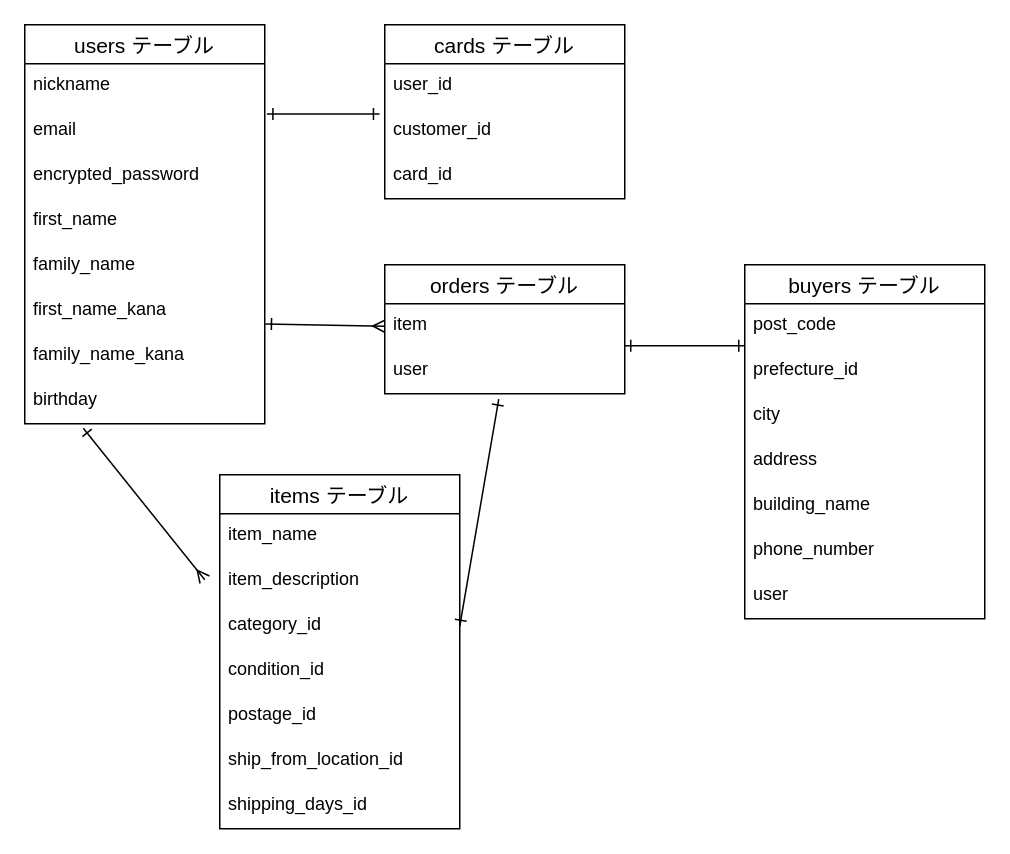
The draw.io diagram er.dio in Cristina1201/furima-40013, before the edit. Source tidied: cells renumbered, new cells numbered last; positions are measured from the earlier drawing's top-left corner, leaving out a move shared by most shapes. Both pictures are drawn from the tidied source at 150%, with x=0, y=0 at pixel (24, 24).
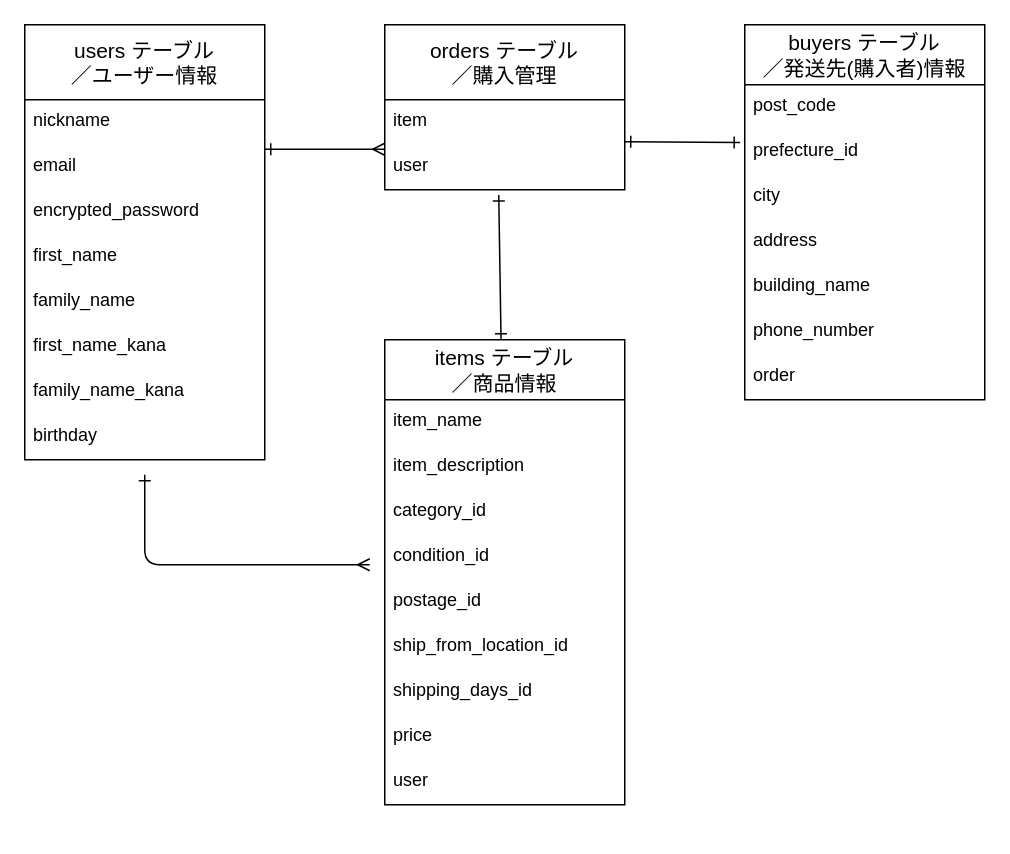
The same diagram, later.

Commit message (it also covers changes not shown here):
ER図とREADMEの訂正

Change to the diagram source:
```diff
@@
-    <mxCell id="2" value="users テーブル" style="swimlane;fontStyle=0;horizontal=1;startSize=26;align=center;fontSize=14;" parent="1" vertex="1">
-      <mxGeometry width="160" height="266" as="geometry" />
+    <mxCell id="2" value="users テーブル&#10;／ユーザー情報" style="swimlane;fontStyle=0;horizontal=1;startSize=50;align=center;fontSize=14;" parent="1" vertex="1">
+      <mxGeometry width="160" height="290" as="geometry" />
     </mxCell>
     <mxCell id="3" value="nickname" style="text;strokeColor=none;fillColor=none;spacingLeft=4;spacingRight=4;overflow=hidden;fontSize=12;" parent="2" vertex="1">
-      <mxGeometry y="26" width="160" height="30" as="geometry" />
+      <mxGeometry y="50" width="160" height="30" as="geometry" />
     </mxCell>
     <mxCell id="4" value="email" style="text;strokeColor=none;fillColor=none;spacingLeft=4;spacingRight=4;overflow=hidden;points=[[0,0.5],[1,0.5]];portConstraint=eastwest;fontSize=12;" parent="2" vertex="1">
-      <mxGeometry y="56" width="160" height="30" as="geometry" />
+      <mxGeometry y="80" width="160" height="30" as="geometry" />
     </mxCell>
     <mxCell id="5" value="encrypted_password&#10;" style="text;strokeColor=none;fillColor=none;spacingLeft=4;spacingRight=4;overflow=hidden;fontSize=12;" parent="2" vertex="1">
-      <mxGeometry y="86" width="160" height="30" as="geometry" />
+      <mxGeometry y="110" width="160" height="30" as="geometry" />
     </mxCell>
     <mxCell id="6" value="first_name" style="text;strokeColor=none;fillColor=none;spacingLeft=4;spacingRight=4;overflow=hidden;fontSize=12;" parent="2" vertex="1">
-      <mxGeometry y="116" width="160" height="30" as="geometry" />
+      <mxGeometry y="140" width="160" height="30" as="geometry" />
     </mxCell>
     <mxCell id="7" value="family_name" style="text;strokeColor=none;fillColor=none;spacingLeft=4;spacingRight=4;overflow=hidden;fontSize=12;" parent="2" vertex="1">
-      <mxGeometry y="146" width="160" height="30" as="geometry" />
+      <mxGeometry y="170" width="160" height="30" as="geometry" />
     </mxCell>
     <mxCell id="8" value="first_name_kana" style="text;strokeColor=none;fillColor=none;spacingLeft=4;spacingRight=4;overflow=hidden;points=[[0,0.5],[1,0.5]];portConstraint=eastwest;fontSize=12;" parent="2" vertex="1">
-      <mxGeometry y="176" width="160" height="30" as="geometry" />
+      <mxGeometry y="200" width="160" height="30" as="geometry" />
     </mxCell>
     <mxCell id="9" value="family_name_kana" style="text;strokeColor=none;fillColor=none;spacingLeft=4;spacingRight=4;overflow=hidden;fontSize=12;" parent="2" vertex="1">
-      <mxGeometry y="206" width="160" height="30" as="geometry" />
+      <mxGeometry y="230" width="160" height="30" as="geometry" />
     </mxCell>
     <mxCell id="10" value="birthday" style="text;strokeColor=none;fillColor=none;spacingLeft=4;spacingRight=4;overflow=hidden;points=[[0,0.5],[1,0.5]];portConstraint=eastwest;fontSize=12;" parent="2" vertex="1">
-      <mxGeometry y="236" width="160" height="30" as="geometry" />
+      <mxGeometry y="260" width="160" height="30" as="geometry" />
     </mxCell>
-    <mxCell id="11" value="items テーブル" style="swimlane;fontStyle=0;horizontal=1;startSize=26;align=center;fontSize=14;" parent="1" vertex="1">
-      <mxGeometry x="130" y="300" width="160" height="236" as="geometry" />
+    <mxCell id="11" value="items テーブル&#10;／商品情報" style="swimlane;fontStyle=0;horizontal=1;startSize=40;align=center;fontSize=14;" parent="1" vertex="1">
+      <mxGeometry x="240" y="210" width="160" height="310" as="geometry" />
     </mxCell>
     <mxCell id="12" value="item_name" style="text;strokeColor=none;fillColor=none;spacingLeft=4;spacingRight=4;overflow=hidden;fontSize=12;" parent="11" vertex="1">
-      <mxGeometry y="26" width="160" height="30" as="geometry" />
+      <mxGeometry y="40" width="160" height="30" as="geometry" />
     </mxCell>
     <mxCell id="13" value="item_description" style="text;strokeColor=none;fillColor=none;spacingLeft=4;spacingRight=4;overflow=hidden;fontSize=12;" parent="11" vertex="1">
-      <mxGeometry y="56" width="160" height="30" as="geometry" />
+      <mxGeometry y="70" width="160" height="30" as="geometry" />
     </mxCell>
     <mxCell id="14" value="category_id" style="text;strokeColor=none;fillColor=none;spacingLeft=4;spacingRight=4;overflow=hidden;points=[[0,0.5],[1,0.5]];portConstraint=eastwest;fontSize=12;" parent="11" vertex="1">
-      <mxGeometry y="86" width="160" height="30" as="geometry" />
+      <mxGeometry y="100" width="160" height="30" as="geometry" />
     </mxCell>
     <mxCell id="15" value="condition_id" style="text;strokeColor=none;fillColor=none;spacingLeft=4;spacingRight=4;overflow=hidden;fontSize=12;" parent="11" vertex="1">
-      <mxGeometry y="116" width="160" height="30" as="geometry" />
+      <mxGeometry y="130" width="160" height="30" as="geometry" />
     </mxCell>
     <mxCell id="16" value="postage_id" style="text;strokeColor=none;fillColor=none;spacingLeft=4;spacingRight=4;overflow=hidden;fontSize=12;" parent="11" vertex="1">
-      <mxGeometry y="146" width="160" height="30" as="geometry" />
+      <mxGeometry y="160" width="160" height="30" as="geometry" />
     </mxCell>
     <mxCell id="17" value="ship_from_location_id" style="text;strokeColor=none;fillColor=none;spacingLeft=4;spacingRight=4;overflow=hidden;fontSize=12;" parent="11" vertex="1">
-      <mxGeometry y="176" width="160" height="30" as="geometry" />
+      <mxGeometry y="190" width="160" height="30" as="geometry" />
     </mxCell>
     <mxCell id="18" value="shipping_days_id" style="text;strokeColor=none;fillColor=none;spacingLeft=4;spacingRight=4;overflow=hidden;fontSize=12;" parent="11" vertex="1">
-      <mxGeometry y="206" width="160" height="30" as="geometry" />
+      <mxGeometry y="220" width="160" height="30" as="geometry" />
     </mxCell>
+    <mxCell id="39" value="price" style="text;strokeColor=none;fillColor=none;spacingLeft=4;spacingRight=4;overflow=hidden;fontSize=12;" parent="11" vertex="1">
+      <mxGeometry y="250" width="160" height="30" as="geometry" />
+    </mxCell>
+    <mxCell id="40" value="user" style="text;strokeColor=none;fillColor=none;spacingLeft=4;spacingRight=4;overflow=hidden;fontSize=12;" parent="11" vertex="1">
+      <mxGeometry y="280" width="160" height="30" as="geometry" />
+    </mxCell>
-    <mxCell id="19" style="edgeStyle=none;html=1;startArrow=ERone;startFill=0;endArrow=ERmany;endFill=0;exitX=0.244;exitY=1.1;exitDx=0;exitDy=0;exitPerimeter=0;" parent="1" edge="1" source="10">
+    <mxCell id="19" style="edgeStyle=none;html=1;startArrow=ERone;startFill=0;endArrow=ERmany;endFill=0;" parent="1" edge="1">
       <mxGeometry relative="1" as="geometry">
-        <mxPoint x="120" y="370" as="targetPoint" />
+        <mxPoint x="80" y="300" as="sourcePoint" />
+        <mxPoint x="230" y="360" as="targetPoint" />
+        <Array as="points">
+          <mxPoint x="80" y="360" />
+        </Array>
       </mxGeometry>
     </mxCell>
-    <mxCell id="20" value="cards テーブル" style="swimlane;fontStyle=0;horizontal=1;startSize=26;align=center;fontSize=14;" parent="1" vertex="1">
-      <mxGeometry x="240" width="160" height="116" as="geometry" />
-    </mxCell>
-    <mxCell id="21" value="user_id" style="text;strokeColor=none;fillColor=none;spacingLeft=4;spacingRight=4;overflow=hidden;fontSize=12;" parent="20" vertex="1">
-      <mxGeometry y="26" width="160" height="30" as="geometry" />
-    </mxCell>
-    <mxCell id="22" value="customer_id" style="text;strokeColor=none;fillColor=none;spacingLeft=4;spacingRight=4;overflow=hidden;points=[[0,0.5],[1,0.5]];portConstraint=eastwest;fontSize=12;" parent="20" vertex="1">
-      <mxGeometry y="56" width="160" height="30" as="geometry" />
-    </mxCell>
-    <mxCell id="23" value="card_id" style="text;strokeColor=none;fillColor=none;spacingLeft=4;spacingRight=4;overflow=hidden;fontSize=12;" parent="20" vertex="1">
-      <mxGeometry y="86" width="160" height="30" as="geometry" />
-    </mxCell>
-    <mxCell id="24" style="edgeStyle=none;html=1;entryX=-0.022;entryY=0.117;entryDx=0;entryDy=0;entryPerimeter=0;startArrow=ERone;startFill=0;endArrow=ERone;endFill=0;exitX=1.009;exitY=0.117;exitDx=0;exitDy=0;exitPerimeter=0;" parent="1" edge="1" source="4" target="22">
-      <mxGeometry relative="1" as="geometry" />
-    </mxCell>
-    <mxCell id="25" value="orders テーブル" style="swimlane;fontStyle=0;horizontal=1;startSize=26;align=center;fontSize=14;" parent="1" vertex="1">
-      <mxGeometry x="240" y="160" width="160" height="86" as="geometry" />
+    <mxCell id="25" value="orders テーブル&#10;／購入管理" style="swimlane;fontStyle=0;horizontal=1;startSize=50;align=center;fontSize=14;" parent="1" vertex="1">
+      <mxGeometry x="240" width="160" height="110" as="geometry" />
     </mxCell>
     <mxCell id="26" value="item " style="text;strokeColor=none;fillColor=none;spacingLeft=4;spacingRight=4;overflow=hidden;points=[[0,0.5],[1,0.5]];portConstraint=eastwest;fontSize=12;" parent="25" vertex="1">
-      <mxGeometry y="26" width="160" height="30" as="geometry" />
+      <mxGeometry y="50" width="160" height="30" as="geometry" />
     </mxCell>
     <mxCell id="27" value="user" style="text;strokeColor=none;fillColor=none;spacingLeft=4;spacingRight=4;overflow=hidden;points=[[0,0.5],[1,0.5]];portConstraint=eastwest;fontSize=12;" parent="25" vertex="1">
-      <mxGeometry y="56" width="160" height="30" as="geometry" />
+      <mxGeometry y="80" width="160" height="30" as="geometry" />
     </mxCell>
-    <mxCell id="28" style="edgeStyle=none;html=1;entryX=1.003;entryY=0.783;entryDx=0;entryDy=0;entryPerimeter=0;startArrow=ERmany;startFill=0;endArrow=ERone;endFill=0;exitX=0;exitY=0.5;exitDx=0;exitDy=0;" parent="1" edge="1" source="26" target="8">
-      <mxGeometry relative="1" as="geometry" />
+    <mxCell id="28" style="edgeStyle=none;html=1;startArrow=ERmany;startFill=0;endArrow=ERone;endFill=0;exitX=0;exitY=0.1;exitDx=0;exitDy=0;exitPerimeter=0;" parent="1" edge="1" source="27">
+      <mxGeometry relative="1" as="geometry">
+        <mxPoint x="160" y="83" as="targetPoint" />
+      </mxGeometry>
     </mxCell>
-    <mxCell id="29" style="edgeStyle=none;html=1;entryX=0.475;entryY=1.117;entryDx=0;entryDy=0;entryPerimeter=0;startArrow=ERone;startFill=0;endArrow=ERone;endFill=0;exitX=1;exitY=0.5;exitDx=0;exitDy=0;" parent="1" edge="1" source="14" target="27">
+    <mxCell id="29" style="edgeStyle=none;html=1;entryX=0.475;entryY=1.117;entryDx=0;entryDy=0;entryPerimeter=0;startArrow=ERone;startFill=0;endArrow=ERone;endFill=0;" parent="1" edge="1" source="11" target="27">
       <mxGeometry relative="1" as="geometry" />
     </mxCell>
-    <mxCell id="30" value="buyers テーブル" style="swimlane;fontStyle=0;horizontal=1;startSize=26;align=center;fontSize=14;" parent="1" vertex="1">
-      <mxGeometry x="480" y="160" width="160" height="236" as="geometry" />
+    <mxCell id="30" value="buyers テーブル&#10;／発送先(購入者)情報" style="swimlane;fontStyle=0;horizontal=1;startSize=40;align=center;fontSize=14;" parent="1" vertex="1">
+      <mxGeometry x="480" width="160" height="250" as="geometry" />
     </mxCell>
     <mxCell id="31" value="post_code" style="text;strokeColor=none;fillColor=none;spacingLeft=4;spacingRight=4;overflow=hidden;fontSize=12;" parent="30" vertex="1">
-      <mxGeometry y="26" width="160" height="30" as="geometry" />
+      <mxGeometry y="40" width="160" height="30" as="geometry" />
     </mxCell>
     <mxCell id="32" value="prefecture_id " style="text;strokeColor=none;fillColor=none;spacingLeft=4;spacingRight=4;overflow=hidden;points=[[0,0.5],[1,0.5]];portConstraint=eastwest;fontSize=12;" parent="30" vertex="1">
-      <mxGeometry y="56" width="160" height="30" as="geometry" />
+      <mxGeometry y="70" width="160" height="30" as="geometry" />
     </mxCell>
     <mxCell id="33" value="city" style="text;strokeColor=none;fillColor=none;spacingLeft=4;spacingRight=4;overflow=hidden;fontSize=12;" parent="30" vertex="1">
-      <mxGeometry y="86" width="160" height="30" as="geometry" />
+      <mxGeometry y="100" width="160" height="30" as="geometry" />
     </mxCell>
     <mxCell id="34" value="address" style="text;strokeColor=none;fillColor=none;spacingLeft=4;spacingRight=4;overflow=hidden;fontSize=12;" parent="30" vertex="1">
-      <mxGeometry y="116" width="160" height="30" as="geometry" />
+      <mxGeometry y="130" width="160" height="30" as="geometry" />
     </mxCell>
     <mxCell id="35" value="building_name" style="text;strokeColor=none;fillColor=none;spacingLeft=4;spacingRight=4;overflow=hidden;fontSize=12;" parent="30" vertex="1">
-      <mxGeometry y="146" width="160" height="30" as="geometry" />
+      <mxGeometry y="160" width="160" height="30" as="geometry" />
     </mxCell>
     <mxCell id="36" value="phone_number " style="text;strokeColor=none;fillColor=none;spacingLeft=4;spacingRight=4;overflow=hidden;fontSize=12;" parent="30" vertex="1">
-      <mxGeometry y="176" width="160" height="30" as="geometry" />
+      <mxGeometry y="190" width="160" height="30" as="geometry" />
     </mxCell>
-    <mxCell id="37" value="user" style="text;strokeColor=none;fillColor=none;spacingLeft=4;spacingRight=4;overflow=hidden;fontSize=12;" parent="30" vertex="1">
-      <mxGeometry y="206" width="160" height="30" as="geometry" />
+    <mxCell id="37" value="order" style="text;strokeColor=none;fillColor=none;spacingLeft=4;spacingRight=4;overflow=hidden;fontSize=12;" parent="30" vertex="1">
+      <mxGeometry y="220" width="160" height="30" as="geometry" />
     </mxCell>
-    <mxCell id="38" style="edgeStyle=none;html=1;startArrow=ERone;startFill=0;endArrow=ERone;endFill=0;exitX=1;exitY=0.933;exitDx=0;exitDy=0;exitPerimeter=0;" parent="1" edge="1" source="26">
-      <mxGeometry relative="1" as="geometry">
-        <mxPoint x="480" y="214" as="targetPoint" />
-      </mxGeometry>
+    <mxCell id="38" style="edgeStyle=none;html=1;startArrow=ERone;startFill=0;endArrow=ERone;endFill=0;exitX=1;exitY=0.933;exitDx=0;exitDy=0;exitPerimeter=0;entryX=-0.019;entryY=0.283;entryDx=0;entryDy=0;entryPerimeter=0;" parent="1" edge="1" source="26" target="32">
+      <mxGeometry relative="1" as="geometry" />
     </mxCell>
```
